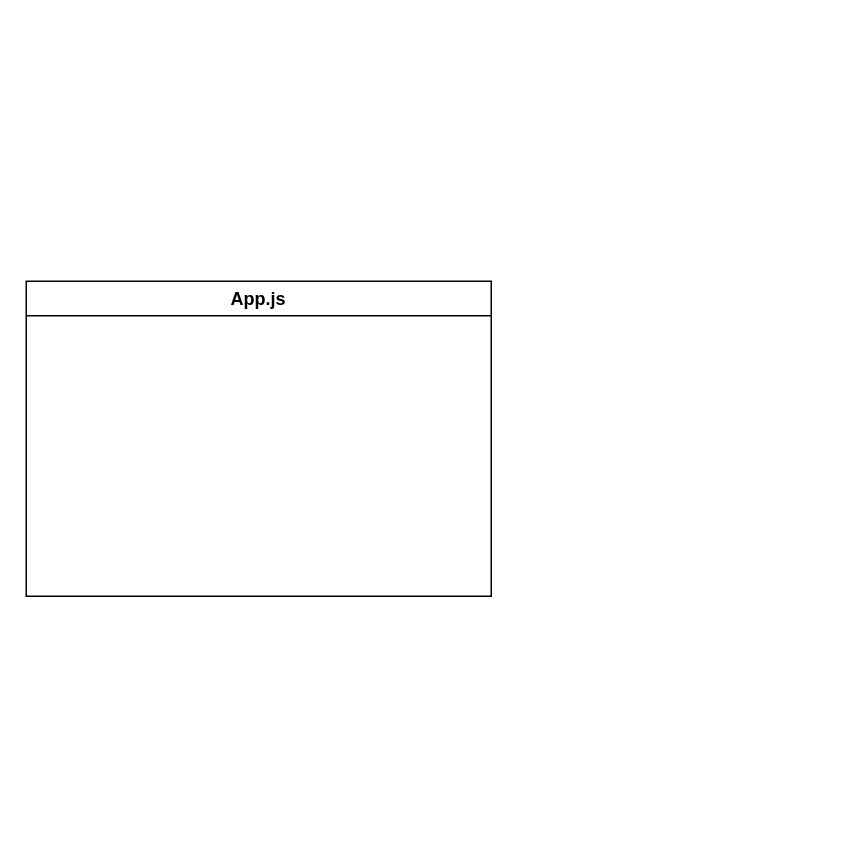
Above: Untitled Diagram.drawio in Seiju-m/tasukan (draw.io), before the change. Source tidied: cells renumbered, new cells numbered last; positions are measured from the earlier drawing's top-left corner, leaving out a move shared by most shapes. Both pictures are drawn from the tidied source at 150%, with x=0, y=0 at pixel (26, 280).
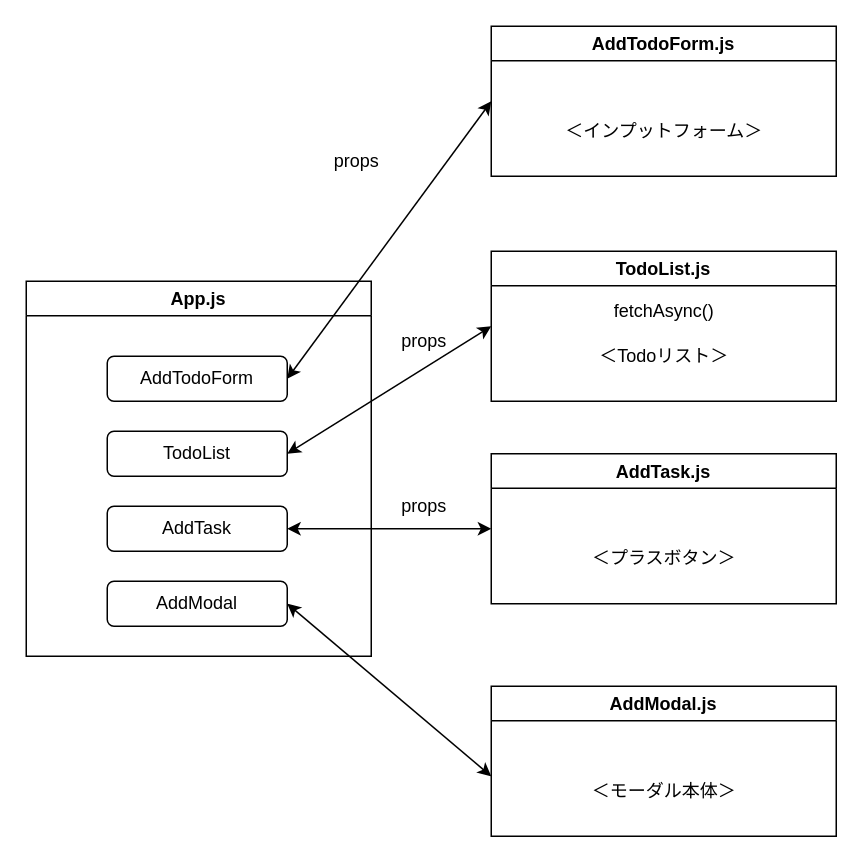
The same diagram, later.

Change to the diagram source:
```diff
@@
     <mxCell id="2" value="App.js" style="swimlane;" parent="1" vertex="1">
-      <mxGeometry width="310" height="210" as="geometry" />
+      <mxGeometry width="230" height="250" as="geometry" />
     </mxCell>
+    <mxCell id="3" value="AddTodoForm" style="rounded=1;whiteSpace=wrap;html=1;" parent="2" vertex="1">
+      <mxGeometry x="54" y="50" width="120" height="30" as="geometry" />
+    </mxCell>
+    <mxCell id="4" value="TodoList" style="rounded=1;whiteSpace=wrap;html=1;" parent="2" vertex="1">
+      <mxGeometry x="54" y="100" width="120" height="30" as="geometry" />
+    </mxCell>
+    <mxCell id="5" value="AddTask" style="rounded=1;whiteSpace=wrap;html=1;" parent="2" vertex="1">
+      <mxGeometry x="54" y="150" width="120" height="30" as="geometry" />
+    </mxCell>
+    <mxCell id="6" value="AddModal" style="rounded=1;whiteSpace=wrap;html=1;" parent="2" vertex="1">
+      <mxGeometry x="54" y="200" width="120" height="30" as="geometry" />
+    </mxCell>
+    <mxCell id="7" value="AddTodoForm.js" style="swimlane;startSize=23;" parent="1" vertex="1">
+      <mxGeometry x="310" y="-170" width="230" height="100" as="geometry" />
+    </mxCell>
+    <mxCell id="8" value="＜インプットフォーム＞" style="text;html=1;align=center;verticalAlign=middle;strokeColor=none;fillColor=none;" parent="7" vertex="1">
+      <mxGeometry x="40" y="60" width="150" height="20" as="geometry" />
+    </mxCell>
+    <mxCell id="9" style="endArrow=classic;startArrow=classic;html=1;exitX=1;exitY=0.5;exitDx=0;exitDy=0;" parent="1" edge="1" source="3">
+      <mxGeometry relative="1" as="geometry">
+        <mxPoint x="310" y="-120" as="targetPoint" />
+      </mxGeometry>
+    </mxCell>
+    <mxCell id="10" value="props" style="text;html=1;align=center;verticalAlign=middle;strokeColor=none;fillColor=none;" parent="1" vertex="1">
+      <mxGeometry x="195" y="-90" width="50" height="20" as="geometry" />
+    </mxCell>
+    <mxCell id="11" value="TodoList.js" style="swimlane;startSize=23;" parent="1" vertex="1">
+      <mxGeometry x="310" y="-20" width="230" height="100" as="geometry" />
+    </mxCell>
+    <mxCell id="12" value="＜Todoリスト＞" style="text;html=1;align=center;verticalAlign=middle;strokeColor=none;fillColor=none;" parent="11" vertex="1">
+      <mxGeometry x="65" y="60" width="100" height="20" as="geometry" />
+    </mxCell>
+    <mxCell id="13" value="fetchAsync()" style="text;html=1;align=center;verticalAlign=middle;strokeColor=none;fillColor=none;" parent="11" vertex="1">
+      <mxGeometry x="75" y="30" width="80" height="20" as="geometry" />
+    </mxCell>
+    <mxCell id="14" style="endArrow=classic;startArrow=classic;html=1;exitX=1;exitY=0.5;exitDx=0;exitDy=0;entryX=0;entryY=0.5;entryDx=0;entryDy=0;" parent="1" edge="1" source="4" target="11">
+      <mxGeometry relative="1" as="geometry" />
+    </mxCell>
+    <mxCell id="15" value="AddTask.js" style="swimlane;startSize=23;" parent="1" vertex="1">
+      <mxGeometry x="310" y="115" width="230" height="100" as="geometry" />
+    </mxCell>
+    <mxCell id="16" value="＜プラスボタン＞" style="text;html=1;align=center;verticalAlign=middle;strokeColor=none;fillColor=none;" parent="15" vertex="1">
+      <mxGeometry x="60" y="60" width="110" height="20" as="geometry" />
+    </mxCell>
+    <mxCell id="17" style="endArrow=classic;startArrow=classic;html=1;exitX=1;exitY=0.5;exitDx=0;exitDy=0;entryX=0;entryY=0.5;entryDx=0;entryDy=0;" parent="1" edge="1" source="5" target="15">
+      <mxGeometry relative="1" as="geometry" />
+    </mxCell>
+    <mxCell id="18" value="props" style="text;html=1;align=center;verticalAlign=middle;strokeColor=none;fillColor=none;" parent="1" vertex="1">
+      <mxGeometry x="240" y="30" width="50" height="20" as="geometry" />
+    </mxCell>
+    <mxCell id="19" value="props" style="text;html=1;align=center;verticalAlign=middle;strokeColor=none;fillColor=none;" parent="1" vertex="1">
+      <mxGeometry x="240" y="140" width="50" height="20" as="geometry" />
+    </mxCell>
+    <mxCell id="20" value="AddModal.js" style="swimlane;startSize=23;" parent="1" vertex="1">
+      <mxGeometry x="310" y="270" width="230" height="100" as="geometry" />
+    </mxCell>
+    <mxCell id="21" value="＜モーダル本体＞" style="text;html=1;align=center;verticalAlign=middle;strokeColor=none;fillColor=none;" parent="20" vertex="1">
+      <mxGeometry x="60" y="60" width="110" height="20" as="geometry" />
+    </mxCell>
+    <mxCell id="22" style="endArrow=classic;startArrow=classic;html=1;exitX=1;exitY=0.5;exitDx=0;exitDy=0;" parent="1" edge="1" source="6">
+      <mxGeometry relative="1" as="geometry">
+        <mxPoint x="310" y="330" as="targetPoint" />
+      </mxGeometry>
+    </mxCell>
```
